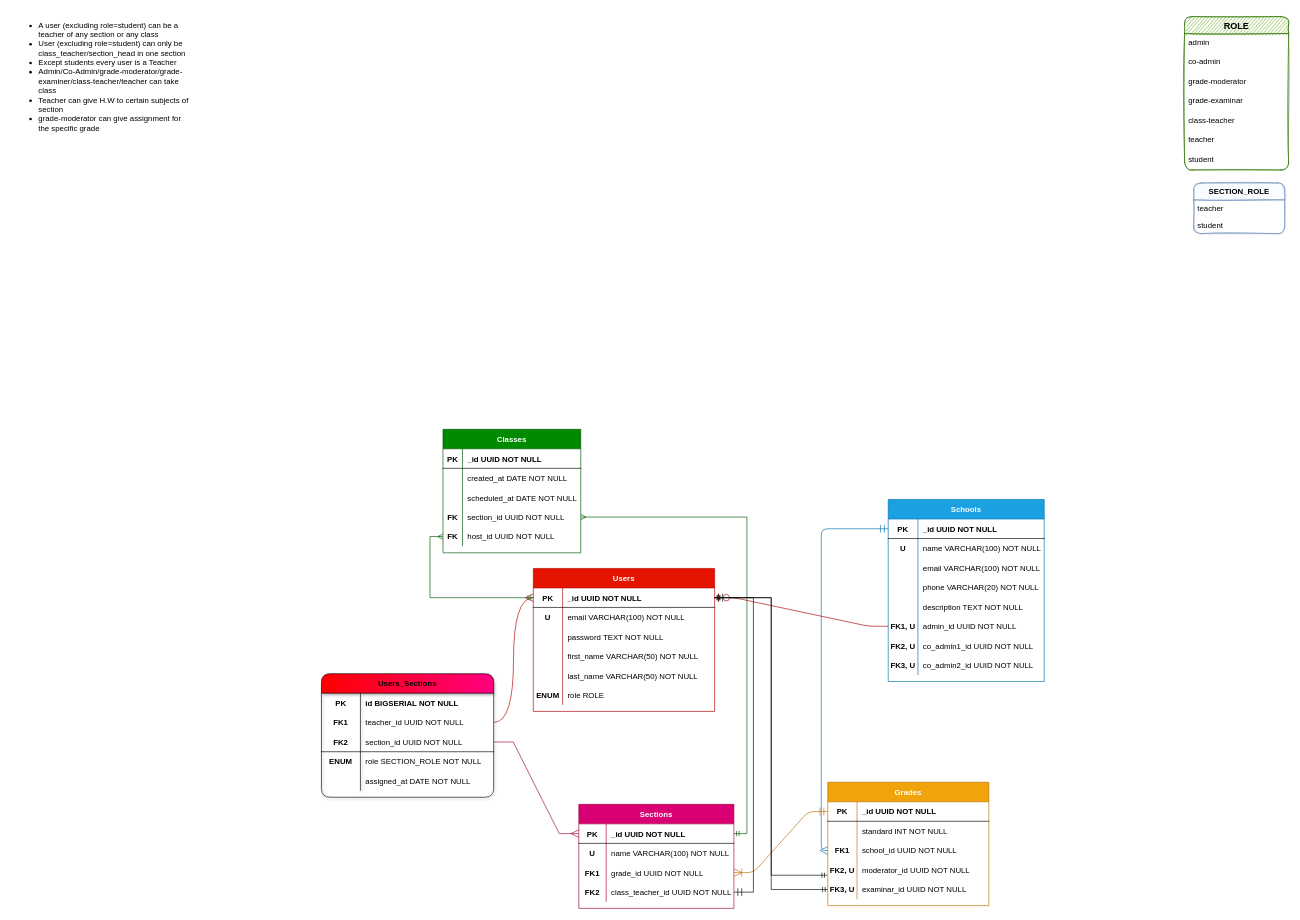
Earlier version of the draw.io diagram titumir/diagrams/veschool-entity-relation.drawio (KRTirtho/schoolacious). Source tidied: cells renumbered, new cells numbered last; positions are measured from the earlier drawing's top-left corner, leaving out a move shared by most shapes. Both pictures are drawn from the tidied source at 65%, with x=0, y=0 at pixel (11, 11).
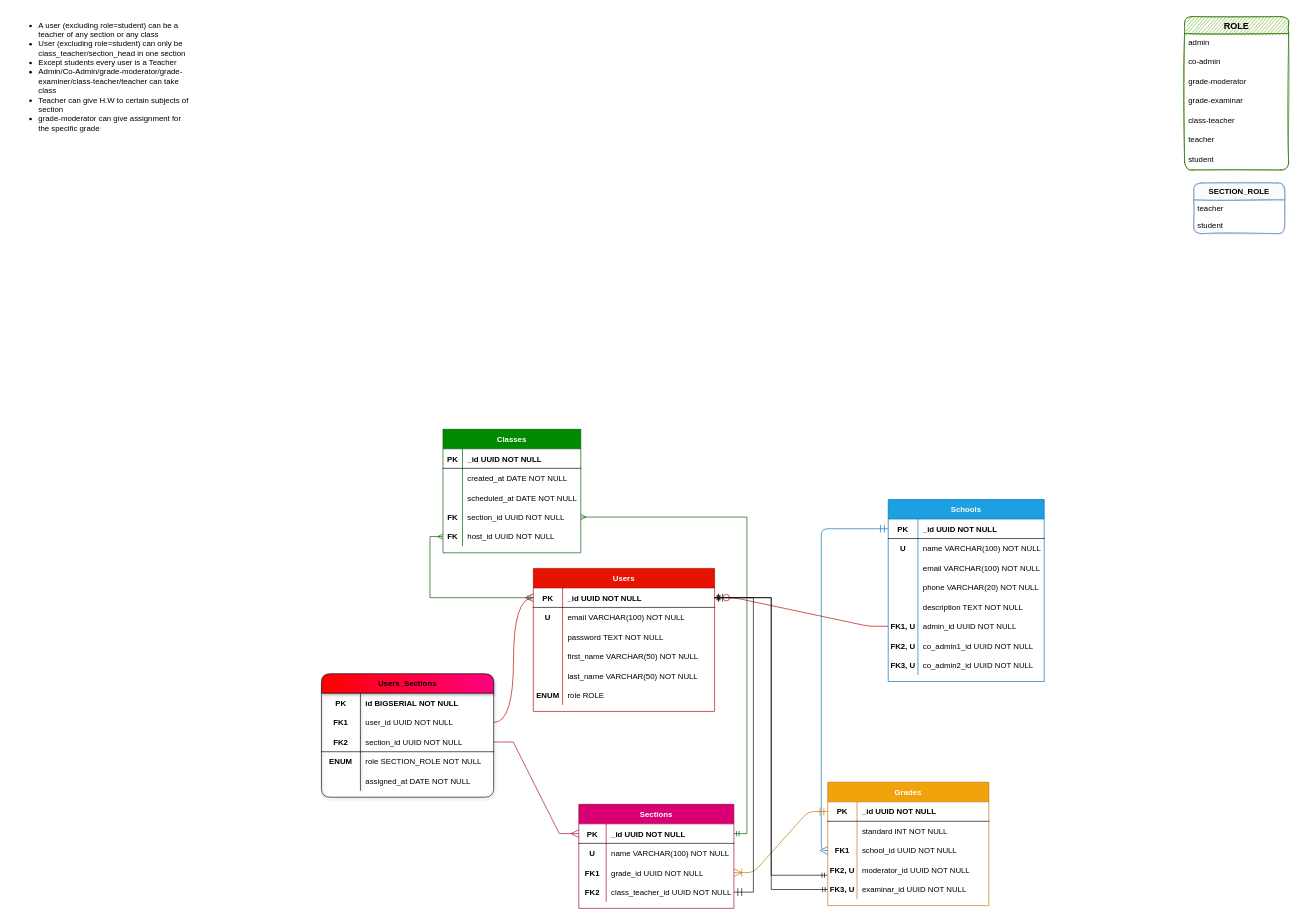
Above is the later version.

The change refers to these unchanged cells:
```xml
<mxCell id="90" style="shape=partialRectangle;fillColor=none;top=0;left=0;bottom=0;right=0;points=[[0,0.5],[1,0.5]];portConstraint=eastwest;" parent="86" vertex="1">
  <mxGeometry y="60" width="265" height="30" as="geometry" />
</mxCell>
```

Diff of the diagram source:
```diff
@@
-    <mxCell id="92" value="teacher_id UUID NOT NULL" style="shape=partialRectangle;fillColor=none;top=0;left=0;bottom=0;right=0;align=left;spacingLeft=6;fontStyle=0;overflow=hidden;" parent="90" vertex="1">
+    <mxCell id="92" value="user_id UUID NOT NULL" style="shape=partialRectangle;fillColor=none;top=0;left=0;bottom=0;right=0;align=left;spacingLeft=6;fontStyle=0;overflow=hidden;" parent="90" vertex="1">
       <mxGeometry x="60" width="205" height="30" as="geometry" />
     </mxCell>
```
